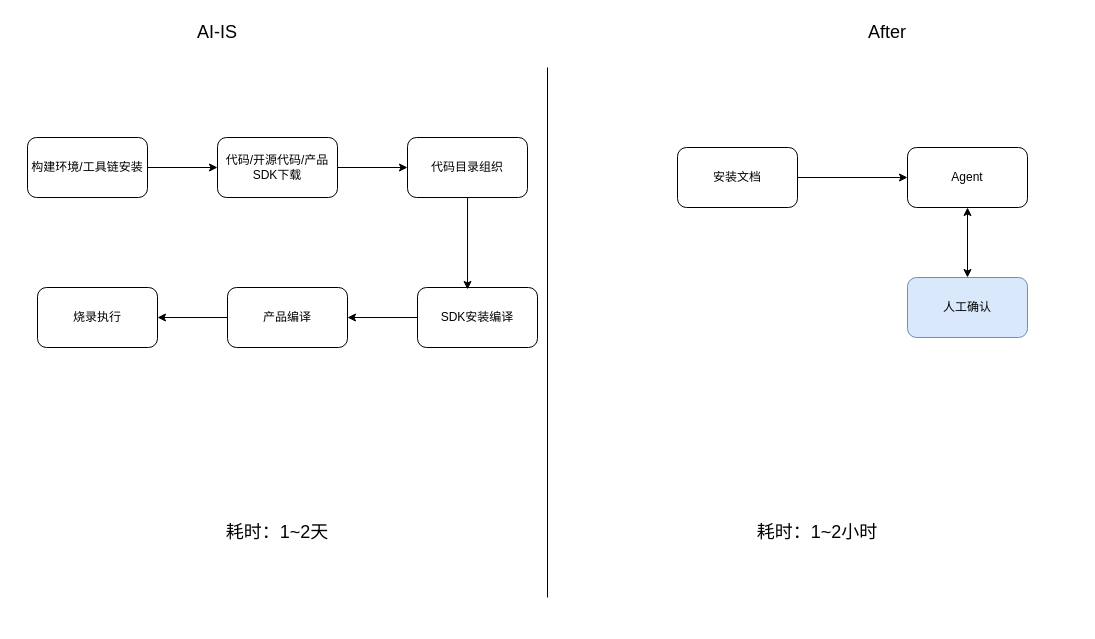
halfmonth/record keeps this draw.io diagram as page "环境准备" (1 of 6) of 未命名绘图.drawio. Above is the earlier version. Source tidied: cells renumbered, new cells numbered last; positions are measured from the earlier drawing's top-left corner, leaving out a move shared by most shapes. Both pictures are drawn from the tidied source at 100%, with x=0, y=0 at pixel (27, 17).
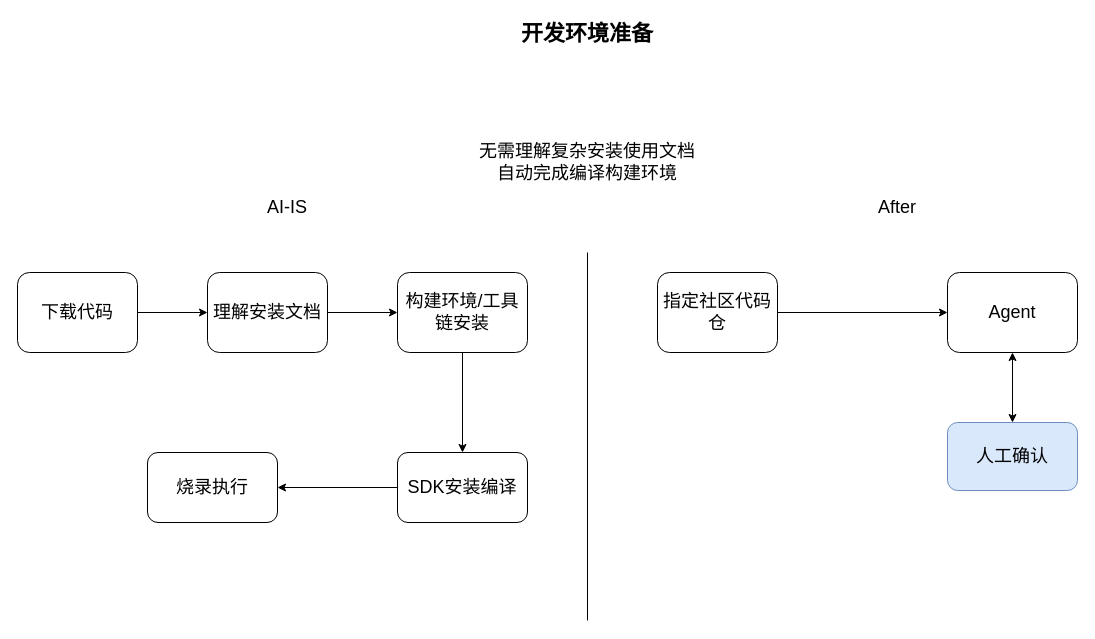
The same page after the edit.

The edit, as a diff of the source:
```diff
@@
     <mxCell id="2" value="&lt;font style=&quot;font-size: 18px;&quot;&gt;AI-IS&lt;/font&gt;" style="text;html=1;whiteSpace=wrap;strokeColor=none;fillColor=none;align=center;verticalAlign=middle;rounded=0;" parent="1" vertex="1">
-      <mxGeometry x="160" width="60" height="30" as="geometry" />
+      <mxGeometry x="230" y="175" width="60" height="30" as="geometry" />
     </mxCell>
     <mxCell id="3" style="endArrow=none;html=1;rounded=0;" parent="1" edge="1">
       <mxGeometry relative="1" as="geometry">
-        <mxPoint x="520" y="580" as="sourcePoint" />
-        <mxPoint x="520" y="50" as="targetPoint" />
+        <mxPoint x="560" y="603" as="sourcePoint" />
+        <mxPoint x="560" y="235" as="targetPoint" />
       </mxGeometry>
     </mxCell>
     <mxCell id="4" value="&lt;span style=&quot;font-size: 18px;&quot;&gt;After&lt;/span&gt;" style="text;html=1;whiteSpace=wrap;strokeColor=none;fillColor=none;align=center;verticalAlign=middle;rounded=0;" parent="1" vertex="1">
-      <mxGeometry x="830" width="60" height="30" as="geometry" />
+      <mxGeometry x="840" y="175" width="60" height="30" as="geometry" />
     </mxCell>
-    <mxCell id="5" style="edgeStyle=orthogonalEdgeStyle;rounded=0;jettySize=auto;html=1;entryX=0;entryY=0.5;entryDx=0;entryDy=0;" parent="1" edge="1" source="6" target="8">
-      <mxGeometry relative="1" as="geometry" />
-    </mxCell>
-    <mxCell id="6" value="构建环境/工具链安装" style="rounded=1;whiteSpace=wrap;html=1;" parent="1" vertex="1">
-      <mxGeometry y="120" width="120" height="60" as="geometry" />
-    </mxCell>
-    <mxCell id="7" style="edgeStyle=orthogonalEdgeStyle;rounded=0;jettySize=auto;html=1;entryX=0;entryY=0.5;entryDx=0;entryDy=0;" parent="1" edge="1" source="8" target="9">
-      <mxGeometry relative="1" as="geometry" />
-    </mxCell>
-    <mxCell id="8" value="代码/开源代码/产品SDK下载" style="rounded=1;whiteSpace=wrap;html=1;" parent="1" vertex="1">
-      <mxGeometry x="190" y="120" width="120" height="60" as="geometry" />
-    </mxCell>
-    <mxCell id="9" value="代码目录组织" style="rounded=1;whiteSpace=wrap;html=1;" parent="1" vertex="1">
-      <mxGeometry x="380" y="120" width="120" height="60" as="geometry" />
-    </mxCell>
-    <mxCell id="10" style="edgeStyle=orthogonalEdgeStyle;rounded=0;jettySize=auto;html=1;entryX=1;entryY=0.5;entryDx=0;entryDy=0;" parent="1" edge="1" source="11" target="16">
-      <mxGeometry relative="1" as="geometry" />
-    </mxCell>
-    <mxCell id="11" value="SDK安装编译" style="rounded=1;whiteSpace=wrap;html=1;" parent="1" vertex="1">
-      <mxGeometry x="390" y="270" width="120" height="60" as="geometry" />
-    </mxCell>
-    <mxCell id="12" style="edgeStyle=orthogonalEdgeStyle;rounded=0;jettySize=auto;html=1;entryX=0;entryY=0.5;entryDx=0;entryDy=0;" parent="1" edge="1" source="13" target="14">
+    <mxCell id="12" style="edgeStyle=orthogonalEdgeStyle;rounded=0;jettySize=auto;html=1;entryX=0;entryY=0.5;entryDx=0;entryDy=0;fontSize=18;" parent="1" edge="1" source="13" target="14">
       <mxGeometry relative="1" as="geometry" />
     </mxCell>
-    <mxCell id="13" value="安装文档" style="rounded=1;whiteSpace=wrap;html=1;" parent="1" vertex="1">
-      <mxGeometry x="650" y="130" width="120" height="60" as="geometry" />
+    <mxCell id="13" value="指定社区代码仓" style="rounded=1;whiteSpace=wrap;html=1;fontSize=18;" parent="1" vertex="1">
+      <mxGeometry x="630" y="255" width="120" height="80" as="geometry" />
     </mxCell>
-    <mxCell id="14" value="Agent" style="rounded=1;whiteSpace=wrap;html=1;" parent="1" vertex="1">
-      <mxGeometry x="880" y="130" width="120" height="60" as="geometry" />
+    <mxCell id="14" value="Agent" style="rounded=1;whiteSpace=wrap;html=1;fontSize=18;" parent="1" vertex="1">
+      <mxGeometry x="920" y="255" width="130" height="80" as="geometry" />
     </mxCell>
-    <mxCell id="15" style="edgeStyle=orthogonalEdgeStyle;rounded=0;jettySize=auto;html=1;entryX=1;entryY=0.5;entryDx=0;entryDy=0;" parent="1" edge="1" source="16" target="17">
-      <mxGeometry relative="1" as="geometry" />
-    </mxCell>
-    <mxCell id="16" value="产品编译" style="rounded=1;whiteSpace=wrap;html=1;" parent="1" vertex="1">
-      <mxGeometry x="200" y="270" width="120" height="60" as="geometry" />
-    </mxCell>
-    <mxCell id="17" value="烧录执行" style="rounded=1;whiteSpace=wrap;html=1;" parent="1" vertex="1">
-      <mxGeometry x="10" y="270" width="120" height="60" as="geometry" />
-    </mxCell>
-    <mxCell id="18" style="edgeStyle=orthogonalEdgeStyle;rounded=0;jettySize=auto;html=1;entryX=0.417;entryY=0.033;entryDx=0;entryDy=0;entryPerimeter=0;" parent="1" edge="1" source="9" target="11">
-      <mxGeometry relative="1" as="geometry" />
-    </mxCell>
-    <mxCell id="19" value="&lt;font style=&quot;font-size: 18px;&quot;&gt;耗时：1~2天&lt;/font&gt;" style="text;html=1;whiteSpace=wrap;strokeColor=none;fillColor=none;align=center;verticalAlign=middle;rounded=0;" parent="1" vertex="1">
-      <mxGeometry x="160" y="500" width="180" height="30" as="geometry" />
-    </mxCell>
-    <mxCell id="20" value="&lt;font style=&quot;font-size: 18px;&quot;&gt;耗时：1~2小时&lt;/font&gt;" style="text;html=1;whiteSpace=wrap;strokeColor=none;fillColor=none;align=center;verticalAlign=middle;rounded=0;" parent="1" vertex="1">
-      <mxGeometry x="700" y="500" width="180" height="30" as="geometry" />
+    <mxCell id="20" value="&lt;font style=&quot;font-size: 18px;&quot;&gt;无需理解复杂安装使用文档&lt;/font&gt;&lt;div&gt;&lt;span style=&quot;font-size: 18px;&quot;&gt;自动完成编译构建环境&lt;/span&gt;&lt;/div&gt;" style="text;html=1;whiteSpace=wrap;strokeColor=none;fillColor=none;align=center;verticalAlign=middle;rounded=0;" parent="1" vertex="1">
+      <mxGeometry x="445" y="130" width="230" height="30" as="geometry" />
     </mxCell>
-    <mxCell id="21" style="edgeStyle=orthogonalEdgeStyle;rounded=0;jettySize=auto;html=1;entryX=0.5;entryY=1;entryDx=0;entryDy=0;startArrow=classic;startFill=1;" parent="1" edge="1" source="22" target="14">
+    <mxCell id="21" style="edgeStyle=orthogonalEdgeStyle;rounded=0;jettySize=auto;html=1;entryX=0.5;entryY=1;entryDx=0;entryDy=0;startArrow=classic;startFill=1;fontSize=18;" parent="1" edge="1" source="22" target="14">
       <mxGeometry relative="1" as="geometry" />
     </mxCell>
-    <mxCell id="22" value="人工确认" style="rounded=1;whiteSpace=wrap;html=1;fillColor=#dae8fc;strokeColor=#6c8ebf;" parent="1" vertex="1">
-      <mxGeometry x="880" y="260" width="120" height="60" as="geometry" />
+    <mxCell id="22" value="人工确认" style="rounded=1;whiteSpace=wrap;html=1;fillColor=#dae8fc;strokeColor=#6c8ebf;fontSize=18;" parent="1" vertex="1">
+      <mxGeometry x="920" y="405" width="130" height="68" as="geometry" />
     </mxCell>
+    <mxCell id="23" style="edgeStyle=orthogonalEdgeStyle;rounded=0;jettySize=auto;html=1;entryX=0;entryY=0.5;entryDx=0;entryDy=0;fontSize=18;" parent="1" edge="1" source="24" target="26">
+      <mxGeometry relative="1" as="geometry" />
+    </mxCell>
+    <mxCell id="24" value="下载代码" style="rounded=1;whiteSpace=wrap;html=1;fontSize=18;" parent="1" vertex="1">
+      <mxGeometry x="-10" y="255" width="120" height="80" as="geometry" />
+    </mxCell>
+    <mxCell id="25" style="edgeStyle=orthogonalEdgeStyle;rounded=0;jettySize=auto;html=1;fontSize=18;" parent="1" edge="1" source="26" target="6">
+      <mxGeometry relative="1" as="geometry" />
+    </mxCell>
+    <mxCell id="26" value="理解安装文档" style="rounded=1;whiteSpace=wrap;html=1;fontSize=18;" parent="1" vertex="1">
+      <mxGeometry x="180" y="255" width="120" height="80" as="geometry" />
+    </mxCell>
+    <mxCell id="27" style="edgeStyle=orthogonalEdgeStyle;rounded=0;jettySize=auto;html=1;entryX=0.5;entryY=0;entryDx=0;entryDy=0;fontSize=18;" parent="1" edge="1" source="6" target="11">
+      <mxGeometry relative="1" as="geometry" />
+    </mxCell>
+    <mxCell id="6" value="构建环境/工具链安装" style="rounded=1;whiteSpace=wrap;html=1;fontSize=18;" parent="1" vertex="1">
+      <mxGeometry x="370" y="255" width="130" height="80" as="geometry" />
+    </mxCell>
+    <mxCell id="28" style="edgeStyle=orthogonalEdgeStyle;rounded=0;jettySize=auto;html=1;fontSize=18;" parent="1" edge="1" source="11" target="17">
+      <mxGeometry relative="1" as="geometry" />
+    </mxCell>
+    <mxCell id="11" value="SDK安装编译" style="rounded=1;whiteSpace=wrap;html=1;fontSize=18;" parent="1" vertex="1">
+      <mxGeometry x="370" y="435" width="130" height="70" as="geometry" />
+    </mxCell>
+    <mxCell id="17" value="烧录执行" style="rounded=1;whiteSpace=wrap;html=1;fontSize=18;" parent="1" vertex="1">
+      <mxGeometry x="120" y="435" width="130" height="70" as="geometry" />
+    </mxCell>
+    <mxCell id="29" value="&lt;font style=&quot;font-size: 22px;&quot;&gt;&lt;b&gt;开发环境准备&lt;/b&gt;&lt;/font&gt;" style="text;html=1;whiteSpace=wrap;strokeColor=none;fillColor=none;align=center;verticalAlign=middle;rounded=0;" parent="1" vertex="1">
+      <mxGeometry x="470" y="2" width="180" height="30" as="geometry" />
+    </mxCell>
```
